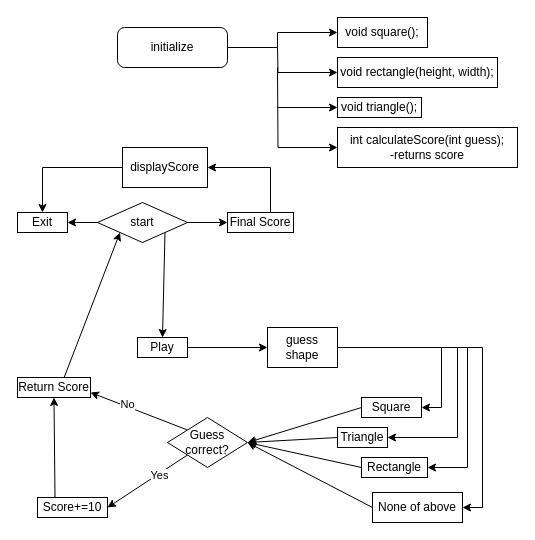
Above: Copy of Untitled Diagram.drawio in BrooklynRobertson/Brooklyn_Robertson_103.1-Practical (draw.io), before the change. Source tidied: cells renumbered, new cells numbered last; positions are measured from the earlier drawing's top-left corner, leaving out a move shared by most shapes. Both pictures are drawn from the tidied source at 100%, with x=0, y=0 at pixel (17, 17).
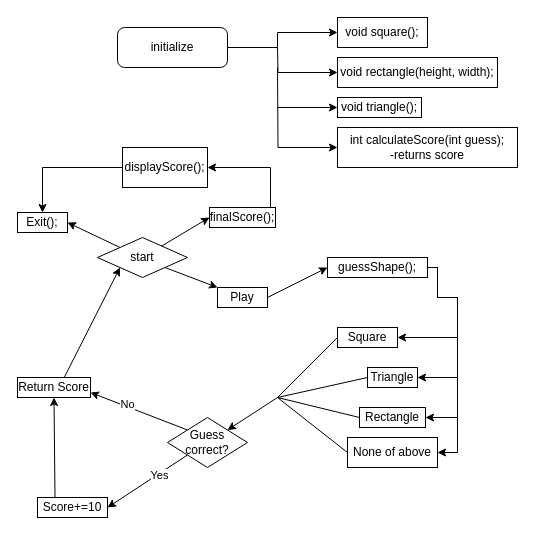
Above is the later version.

Commit message:
Update Copy of task5

The change refers to these unchanged cells:
```xml
<mxCell id="35" value="Guess correct?" style="rhombus;whiteSpace=wrap;html=1;" parent="1" vertex="1">
  <mxGeometry x="150" y="400" width="80" height="50" as="geometry" />
</mxCell>
```

The edit, as a diff of the source:
```diff
@@
-    <mxCell id="11" style="edgeStyle=orthogonalEdgeStyle;rounded=0;jettySize=auto;html=1;startArrow=none;startFill=0;endArrow=classic;endFill=1;exitX=0;exitY=0.5;exitDx=0;exitDy=0;" parent="1" edge="1" source="43" target="12">
-      <mxGeometry relative="1" as="geometry">
-        <Array as="points">
-          <mxPoint x="105" y="205" />
-        </Array>
-      </mxGeometry>
-    </mxCell>
-    <mxCell id="12" value="Exit" style="rounded=0;whiteSpace=wrap;html=1;" parent="1" vertex="1">
+    <mxCell id="12" value="Exit();" style="rounded=0;whiteSpace=wrap;html=1;" parent="1" vertex="1">
       <mxGeometry y="195" width="50" height="20" as="geometry" />
     </mxCell>
-    <mxCell id="13" style="rounded=0;jettySize=auto;html=1;startArrow=none;startFill=0;endArrow=classic;endFill=1;" parent="1" edge="1" source="14" target="22">
+    <mxCell id="13" style="rounded=0;jettySize=auto;html=1;exitX=1;exitY=0.5;exitDx=0;exitDy=0;entryX=0;entryY=0.5;entryDx=0;entryDy=0;" parent="1" edge="1" source="14" target="22">
       <mxGeometry relative="1" as="geometry" />
     </mxCell>
     <mxCell id="14" value="Play" style="rounded=0;whiteSpace=wrap;html=1;" parent="1" vertex="1">
-      <mxGeometry x="120" y="320" width="50" height="20" as="geometry" />
+      <mxGeometry x="200" y="270" width="50" height="20" as="geometry" />
     </mxCell>
@@
-    <mxCell id="16" value="Final Score" style="rounded=0;whiteSpace=wrap;html=1;" parent="1" vertex="1">
-      <mxGeometry x="210" y="195" width="66" height="20" as="geometry" />
+    <mxCell id="16" value="finalScore();" style="rounded=0;whiteSpace=wrap;html=1;" parent="1" vertex="1">
+      <mxGeometry x="192" y="190" width="66" height="20" as="geometry" />
     </mxCell>
-    <mxCell id="17" style="endArrow=classic;html=1;rounded=0;entryX=0;entryY=0.5;entryDx=0;entryDy=0;exitX=1;exitY=0.5;exitDx=0;exitDy=0;" parent="1" edge="1" source="43" target="16">
+    <mxCell id="17" style="endArrow=classic;html=1;rounded=0;entryX=0;entryY=0.5;entryDx=0;entryDy=0;" parent="1" edge="1" source="43" target="16">
       <mxGeometry relative="1" as="geometry" />
     </mxCell>
     <mxCell id="18" style="rounded=0;jettySize=auto;html=1;exitX=1;exitY=0.5;exitDx=0;exitDy=0;entryX=1;entryY=0.5;entryDx=0;entryDy=0;startArrow=none;startFill=0;endArrow=classic;endFill=1;edgeStyle=orthogonalEdgeStyle;" parent="1" edge="1" source="22" target="26">
       <mxGeometry relative="1" as="geometry">
         <Array as="points">
-          <mxPoint x="424" y="330" />
-          <mxPoint x="424" y="390" />
+          <mxPoint x="420" y="250" />
+          <mxPoint x="420" y="280" />
+          <mxPoint x="440" y="280" />
+          <mxPoint x="440" y="320" />
         </Array>
       </mxGeometry>
     </mxCell>
     <mxCell id="19" style="edgeStyle=orthogonalEdgeStyle;rounded=0;jettySize=auto;html=1;exitX=1;exitY=0.5;exitDx=0;exitDy=0;entryX=1;entryY=0.5;entryDx=0;entryDy=0;startArrow=none;startFill=0;endArrow=classic;endFill=1;elbow=vertical;" parent="1" edge="1" source="22" target="30">
-      <mxGeometry relative="1" as="geometry" />
+      <mxGeometry relative="1" as="geometry">
+        <Array as="points">
+          <mxPoint x="420" y="250" />
+          <mxPoint x="420" y="280" />
+          <mxPoint x="440" y="280" />
+          <mxPoint x="440" y="435" />
+        </Array>
+      </mxGeometry>
     </mxCell>
     <mxCell id="20" style="edgeStyle=orthogonalEdgeStyle;rounded=0;jettySize=auto;html=1;exitX=1;exitY=0.5;exitDx=0;exitDy=0;entryX=1;entryY=0.5;entryDx=0;entryDy=0;startArrow=none;startFill=0;endArrow=classic;endFill=1;" parent="1" edge="1" source="22" target="28">
       <mxGeometry relative="1" as="geometry">
         <Array as="points">
-          <mxPoint x="440" y="330" />
-          <mxPoint x="440" y="420" />
+          <mxPoint x="420" y="250" />
+          <mxPoint x="420" y="280" />
+          <mxPoint x="440" y="280" />
+          <mxPoint x="440" y="360" />
         </Array>
       </mxGeometry>
     </mxCell>
     <mxCell id="21" style="edgeStyle=orthogonalEdgeStyle;rounded=0;jettySize=auto;html=1;exitX=1;exitY=0.5;exitDx=0;exitDy=0;entryX=1;entryY=0.5;entryDx=0;entryDy=0;startArrow=none;startFill=0;endArrow=classic;endFill=1;" parent="1" edge="1" source="22" target="41">
       <mxGeometry relative="1" as="geometry">
         <Array as="points">
-          <mxPoint x="450" y="330" />
-          <mxPoint x="450" y="450" />
+          <mxPoint x="420" y="250" />
+          <mxPoint x="420" y="280" />
+          <mxPoint x="440" y="280" />
+          <mxPoint x="440" y="400" />
         </Array>
       </mxGeometry>
     </mxCell>
-    <mxCell id="22" value="guess shape" style="rounded=0;whiteSpace=wrap;html=1;" parent="1" vertex="1">
-      <mxGeometry x="250" y="310" width="70" height="40" as="geometry" />
+    <mxCell id="22" value="guessShape();" style="rounded=0;whiteSpace=wrap;html=1;" parent="1" vertex="1">
+      <mxGeometry x="310" y="240" width="100" height="20" as="geometry" />
     </mxCell>
@@
-    <mxCell id="24" value="displayScore" style="rounded=0;whiteSpace=wrap;html=1;" parent="1" vertex="1">
+    <mxCell id="24" value="displayScore();" style="rounded=0;whiteSpace=wrap;html=1;" parent="1" vertex="1">
       <mxGeometry x="105" y="130" width="85" height="40" as="geometry" />
     </mxCell>
-    <mxCell id="25" style="rounded=0;jettySize=auto;html=1;exitX=0;exitY=0.5;exitDx=0;exitDy=0;startArrow=none;startFill=0;endArrow=classic;endFill=1;elbow=vertical;entryX=1;entryY=0.5;entryDx=0;entryDy=0;" parent="1" edge="1" source="26" target="35">
-      <mxGeometry relative="1" as="geometry" />
-    </mxCell>
+    <mxCell id="44" style="edgeStyle=none;rounded=0;jumpSize=0;jettySize=auto;html=1;exitX=0;exitY=0.5;exitDx=0;exitDy=0;startArrow=none;startFill=0;endArrow=none;endFill=0;" parent="1" edge="1" source="26">
+      <mxGeometry relative="1" as="geometry">
+        <mxPoint x="260" y="380" as="targetPoint" />
+      </mxGeometry>
+    </mxCell>
     <mxCell id="26" value="Square" style="rounded=0;whiteSpace=wrap;html=1;" parent="1" vertex="1">
-      <mxGeometry x="344" y="380" width="60" height="20" as="geometry" />
+      <mxGeometry x="320" y="310" width="60" height="20" as="geometry" />
     </mxCell>
-    <mxCell id="27" style="rounded=0;jettySize=auto;html=1;exitX=0;exitY=0.5;exitDx=0;exitDy=0;startArrow=none;startFill=0;endArrow=classic;endFill=1;elbow=vertical;entryX=1;entryY=0.5;entryDx=0;entryDy=0;" parent="1" edge="1" source="28" target="35">
-      <mxGeometry relative="1" as="geometry" />
-    </mxCell>
+    <mxCell id="45" style="edgeStyle=none;rounded=0;jumpSize=0;jettySize=auto;html=1;exitX=0;exitY=0.5;exitDx=0;exitDy=0;startArrow=none;startFill=0;endArrow=none;endFill=0;" parent="1" edge="1" source="28">
+      <mxGeometry relative="1" as="geometry">
+        <mxPoint x="260" y="380" as="targetPoint" />
+      </mxGeometry>
+    </mxCell>
     <mxCell id="28" value="Triangle" style="rounded=0;whiteSpace=wrap;html=1;" parent="1" vertex="1">
-      <mxGeometry x="320" y="410" width="50" height="20" as="geometry" />
+      <mxGeometry x="350" y="350" width="50" height="20" as="geometry" />
     </mxCell>
-    <mxCell id="29" style="rounded=0;jettySize=auto;html=1;exitX=0;exitY=0.5;exitDx=0;exitDy=0;entryX=1;entryY=0.5;entryDx=0;entryDy=0;startArrow=none;startFill=0;endArrow=classic;endFill=1;elbow=vertical;" parent="1" edge="1" source="30" target="35">
-      <mxGeometry relative="1" as="geometry" />
-    </mxCell>
+    <mxCell id="46" style="edgeStyle=none;rounded=0;jumpSize=0;jettySize=auto;html=1;exitX=0;exitY=0.5;exitDx=0;exitDy=0;startArrow=none;startFill=0;endArrow=none;endFill=0;" parent="1" edge="1" source="30">
+      <mxGeometry relative="1" as="geometry">
+        <mxPoint x="260" y="380" as="targetPoint" />
+      </mxGeometry>
+    </mxCell>
     <mxCell id="30" value="None of above" style="rounded=0;whiteSpace=wrap;html=1;" parent="1" vertex="1">
-      <mxGeometry x="355" y="475" width="90" height="30" as="geometry" />
+      <mxGeometry x="330" y="420" width="90" height="30" as="geometry" />
     </mxCell>
@@
+    <mxCell id="47" style="edgeStyle=none;rounded=0;jettySize=auto;html=1;exitX=1;exitY=0;exitDx=0;exitDy=0;endArrow=none;endFill=0;startArrow=classic;startFill=1;" parent="1" edge="1" source="35">
+      <mxGeometry relative="1" as="geometry">
+        <mxPoint x="260" y="380" as="targetPoint" />
+      </mxGeometry>
+    </mxCell>
@@
-    <mxCell id="40" style="rounded=0;jettySize=auto;html=1;exitX=0;exitY=0.5;exitDx=0;exitDy=0;startArrow=none;startFill=0;endArrow=classic;endFill=1;elbow=vertical;entryX=1;entryY=0.5;entryDx=0;entryDy=0;" parent="1" edge="1" source="41" target="35">
-      <mxGeometry relative="1" as="geometry" />
-    </mxCell>
+    <mxCell id="48" style="edgeStyle=none;rounded=0;jumpSize=0;jettySize=auto;html=1;exitX=0;exitY=0.5;exitDx=0;exitDy=0;startArrow=none;startFill=0;endArrow=none;endFill=0;" parent="1" edge="1" source="41">
+      <mxGeometry relative="1" as="geometry">
+        <mxPoint x="260" y="380" as="targetPoint" />
+      </mxGeometry>
+    </mxCell>
     <mxCell id="41" value="Rectangle" style="rounded=0;whiteSpace=wrap;html=1;" parent="1" vertex="1">
-      <mxGeometry x="344" y="440" width="66" height="20" as="geometry" />
+      <mxGeometry x="342" y="390" width="66" height="20" as="geometry" />
     </mxCell>
-    <mxCell id="42" style="rounded=0;jettySize=auto;html=1;exitX=1;exitY=1;exitDx=0;exitDy=0;entryX=0.5;entryY=0;entryDx=0;entryDy=0;startArrow=none;startFill=0;endArrow=classic;endFill=1;" parent="1" edge="1" source="43" target="14">
+    <mxCell id="42" style="rounded=0;jettySize=auto;html=1;exitX=1;exitY=1;exitDx=0;exitDy=0;entryX=0;entryY=0;entryDx=0;entryDy=0;startArrow=none;startFill=0;endArrow=classic;endFill=1;" parent="1" edge="1" source="43" target="14">
       <mxGeometry relative="1" as="geometry" />
     </mxCell>
+    <mxCell id="11" style="edgeStyle=none;rounded=0;jumpSize=0;jettySize=auto;html=1;exitX=0;exitY=0;exitDx=0;exitDy=0;entryX=1;entryY=0.5;entryDx=0;entryDy=0;startArrow=none;startFill=0;endArrow=classic;endFill=1;" parent="1" edge="1" source="43" target="12">
+      <mxGeometry relative="1" as="geometry" />
+    </mxCell>
     <mxCell id="43" value="start" style="rhombus;whiteSpace=wrap;html=1;" parent="1" vertex="1">
-      <mxGeometry x="80" y="185" width="90" height="40" as="geometry" />
+      <mxGeometry x="80" y="220" width="90" height="40" as="geometry" />
     </mxCell>
```
